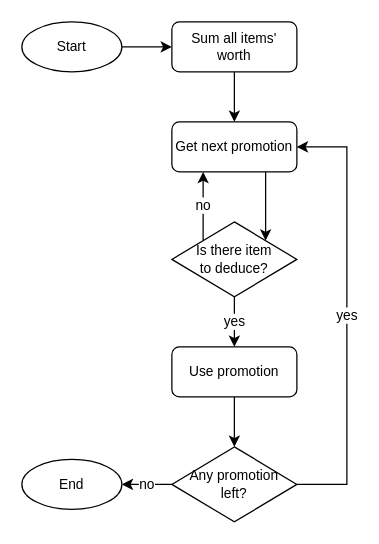
hanggrian/IIT-CS430 keeps this draw.io diagram as page "algo_dfs" (4 of 4) of cheapest-merchandise/dsa.drawio. Above is the earlier version. Source tidied: cells renumbered, new cells numbered last; positions are measured from the earlier drawing's top-left corner, leaving out a move shared by most shapes. Both pictures are drawn from the tidied source at 125%, with x=0, y=0 at pixel (21, 21).
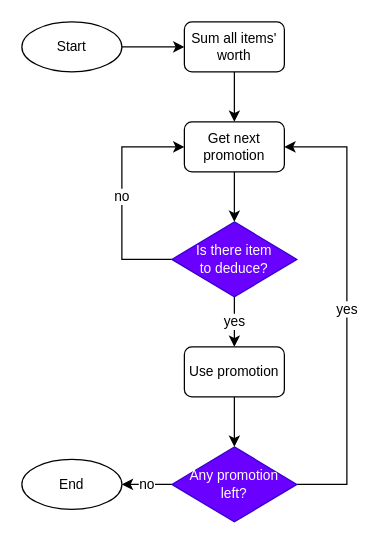
The same diagram, later.

The edit, as a diff of the source:
```diff
@@
-    <mxCell id="2" style="rounded=0;jettySize=auto;html=1;exitX=0.75;exitY=1;exitDx=0;exitDy=0;entryX=1;entryY=0;entryDx=0;entryDy=0;" parent="1" edge="1" source="3" target="11">
+    <mxCell id="2" style="edgeStyle=orthogonalEdgeStyle;rounded=0;jettySize=auto;html=1;exitX=0.5;exitY=1;exitDx=0;exitDy=0;entryX=0.5;entryY=0;entryDx=0;entryDy=0;" parent="1" edge="1" source="3" target="11">
       <mxGeometry relative="1" as="geometry" />
     </mxCell>
     <mxCell id="3" value="Get next promotion" style="rounded=1;whiteSpace=wrap;html=1;fontSize=11;" parent="1" vertex="1">
-      <mxGeometry x="120" y="80" width="100" height="40" as="geometry" />
+      <mxGeometry x="130" y="80" width="80" height="40" as="geometry" />
     </mxCell>
@@
-    <mxCell id="8" value="Any promotion&lt;br&gt;left?" style="rhombus;whiteSpace=wrap;html=1;fontSize=11;" parent="1" vertex="1">
+    <mxCell id="8" value="Any promotion&lt;br&gt;left?" style="rhombus;whiteSpace=wrap;html=1;fontSize=11;fillColor=#6a00ff;fontColor=#ffffff;strokeColor=#3700CC;" parent="1" vertex="1">
       <mxGeometry x="120" y="340" width="100" height="60" as="geometry" />
     </mxCell>
@@
-    <mxCell id="10" value="no" style="edgeStyle=orthogonalEdgeStyle;rounded=0;jettySize=auto;html=1;exitX=0;exitY=0;exitDx=0;exitDy=0;entryX=0.25;entryY=1;entryDx=0;entryDy=0;" parent="1" edge="1" source="11" target="3">
-      <mxGeometry relative="1" as="geometry" />
+    <mxCell id="10" value="no" style="edgeStyle=orthogonalEdgeStyle;rounded=0;jettySize=auto;html=1;exitX=0;exitY=0.5;exitDx=0;exitDy=0;entryX=0;entryY=0.5;entryDx=0;entryDy=0;" parent="1" edge="1" source="11" target="3">
+      <mxGeometry relative="1" as="geometry">
+        <Array as="points">
+          <mxPoint x="80" y="190" />
+          <mxPoint x="80" y="100" />
+        </Array>
+      </mxGeometry>
     </mxCell>
-    <mxCell id="11" value="Is there item&lt;br&gt;to deduce?" style="rhombus;whiteSpace=wrap;html=1;fontSize=11;" parent="1" vertex="1">
+    <mxCell id="11" value="Is there item&lt;br&gt;to deduce?" style="rhombus;whiteSpace=wrap;html=1;fontSize=11;fillColor=#6a00ff;fontColor=#ffffff;strokeColor=#3700CC;" parent="1" vertex="1">
       <mxGeometry x="120" y="160" width="100" height="60" as="geometry" />
     </mxCell>
@@
     <mxCell id="13" value="Use promotion" style="rounded=1;whiteSpace=wrap;html=1;fontSize=11;" parent="1" vertex="1">
-      <mxGeometry x="120" y="260" width="100" height="40" as="geometry" />
+      <mxGeometry x="130" y="260" width="80" height="40" as="geometry" />
     </mxCell>
@@
     <mxCell id="16" value="Sum all items' worth" style="rounded=1;whiteSpace=wrap;html=1;fontSize=11;" parent="1" vertex="1">
-      <mxGeometry x="120" width="100" height="40" as="geometry" />
+      <mxGeometry x="130" width="80" height="40" as="geometry" />
     </mxCell>
```
